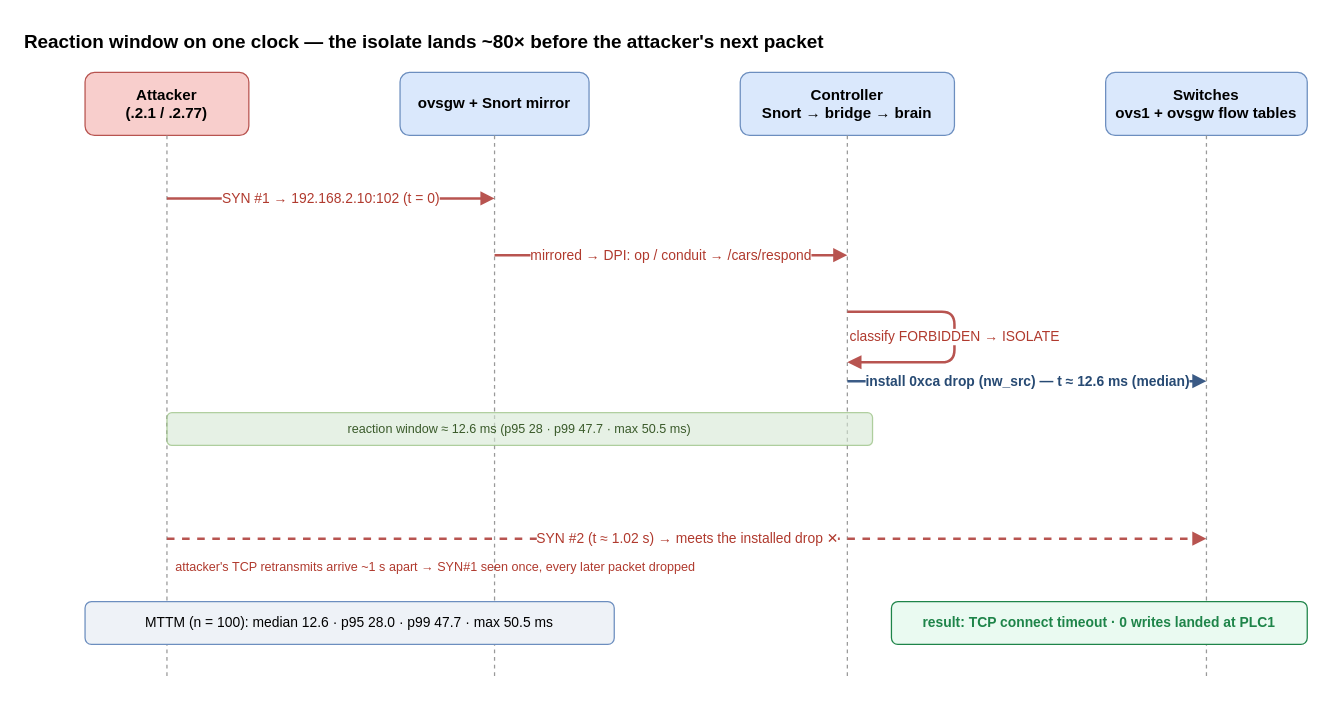
This is report/figures/story_sequence.drawio from Amitdeb00731/A-Criticality--and-Operation-Aware-Response-Framework-CARS, a draw.io file, before an edit. Source tidied: cells renumbered, new cells numbered last; positions are measured from the earlier drawing's top-left corner, leaving out a move shared by most shapes. Both pictures are drawn from the tidied source at 126%, with x=0, y=0 at pixel (21, 21).
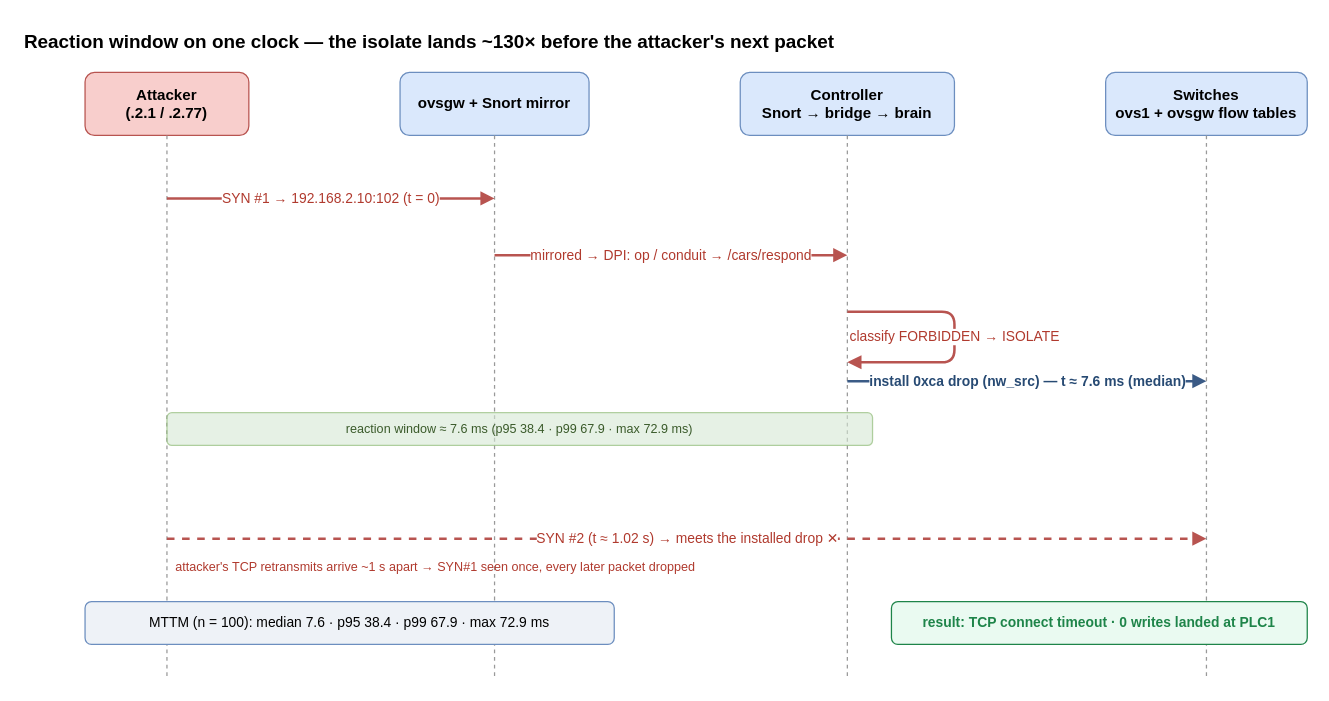
After the change.

Commit message (it also covers changes not shown here):
Fix Figure 4.12 sequence diagram: stale 12.6ms -> 7.6ms (median 7.6, p95 38.4, p99 67.9, max 72.9; ~130x); update drawio source + regenerate PNG + PDF

The edit, as a diff of the source:
```diff
@@
-    <mxCell id="2" value="Reaction window on one clock — the isolate lands ~80× before the attacker's next packet" style="text;html=1;strokeColor=none;fillColor=none;align=left;verticalAlign=middle;fontSize=15;fontStyle=1;" parent="1" vertex="1">
+    <mxCell id="2" value="Reaction window on one clock — the isolate lands ~130× before the attacker's next packet" style="text;html=1;strokeColor=none;fillColor=none;align=left;verticalAlign=middle;fontSize=15;fontStyle=1;" parent="1" vertex="1">
       <mxGeometry width="1000" height="30" as="geometry" />
     </mxCell>
@@
-    <mxCell id="14" value="install 0xca drop (nw_src)   —   t ≈ 12.6 ms (median)" style="html=1;endArrow=block;strokeColor=#3b5b86;strokeWidth=2;fontSize=11;fontStyle=1;fontColor=#274a73;" parent="1" edge="1">
+    <mxCell id="14" value="install 0xca drop (nw_src)   —   t ≈ 7.6 ms (median)" style="html=1;endArrow=block;strokeColor=#3b5b86;strokeWidth=2;fontSize=11;fontStyle=1;fontColor=#274a73;" parent="1" edge="1">
       <mxGeometry relative="1" as="geometry">
         <mxPoint x="655" y="285" as="sourcePoint" />
         <mxPoint x="940" y="285" as="targetPoint" />
       </mxGeometry>
     </mxCell>
-    <mxCell id="15" value="reaction window ≈ 12.6 ms  (p95 28 · p99 47.7 · max 50.5 ms)" style="rounded=1;whiteSpace=wrap;html=1;fillColor=#d5e8d4;strokeColor=#82b366;opacity=60;fontSize=10;fontColor=#3a5a2a;" parent="1" vertex="1">
+    <mxCell id="15" value="reaction window ≈ 7.6 ms  (p95 38.4 · p99 67.9 · max 72.9 ms)" style="rounded=1;whiteSpace=wrap;html=1;fillColor=#d5e8d4;strokeColor=#82b366;opacity=60;fontSize=10;fontColor=#3a5a2a;" parent="1" vertex="1">
       <mxGeometry x="115" y="310" width="560" height="26" as="geometry" />
     </mxCell>
@@
-    <mxCell id="19" value="MTTM (n = 100): median 12.6 · p95 28.0 · p99 47.7 · max 50.5 ms" style="rounded=1;whiteSpace=wrap;html=1;fillColor=#eef2f7;strokeColor=#6c8ebf;fontSize=11;" parent="1" vertex="1">
+    <mxCell id="19" value="MTTM (n = 100): median 7.6 · p95 38.4 · p99 67.9 · max 72.9 ms" style="rounded=1;whiteSpace=wrap;html=1;fillColor=#eef2f7;strokeColor=#6c8ebf;fontSize=11;" parent="1" vertex="1">
       <mxGeometry x="50" y="460" width="420" height="34" as="geometry" />
     </mxCell>
```
